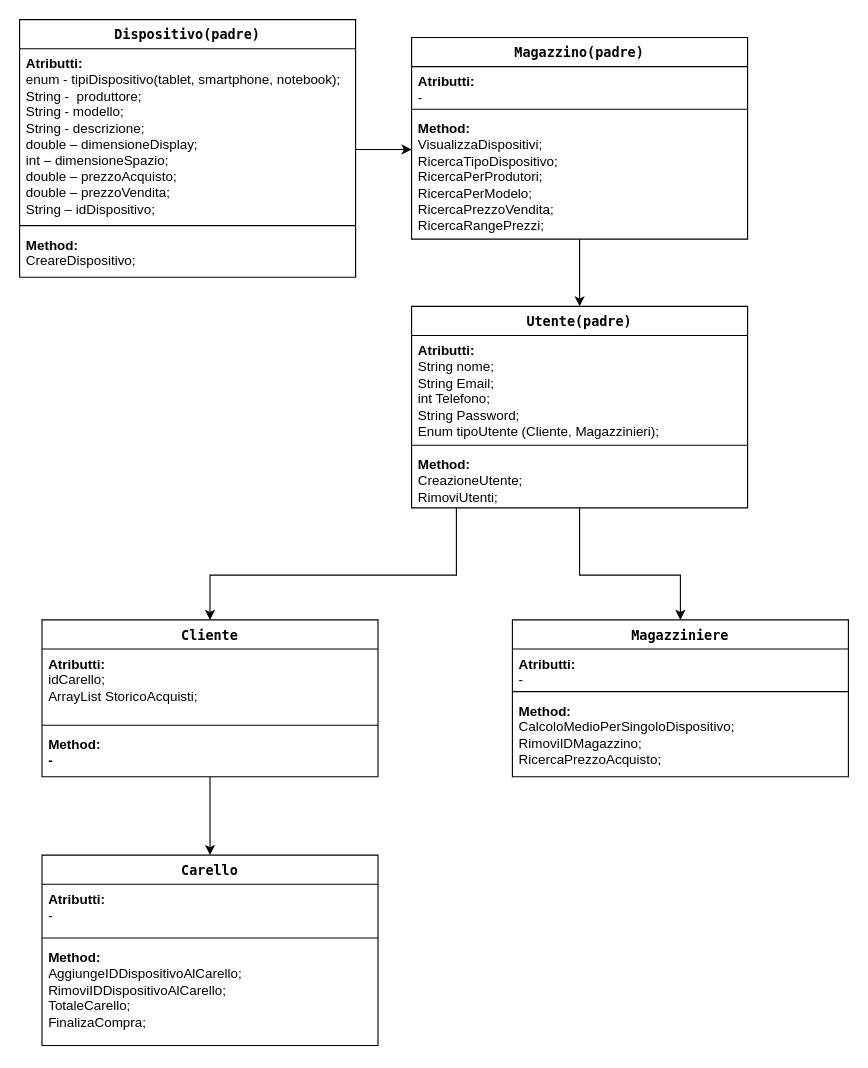
Before: Diagramma senza titolo.drawio in dudinhab/progetto2-team3Develhope, a draw.io diagram. Source tidied: cells renumbered, new cells numbered last; positions are measured from the earlier drawing's top-left corner, leaving out a move shared by most shapes. Both pictures are drawn from the tidied source at 112%, with x=0, y=0 at pixel (19, 19).
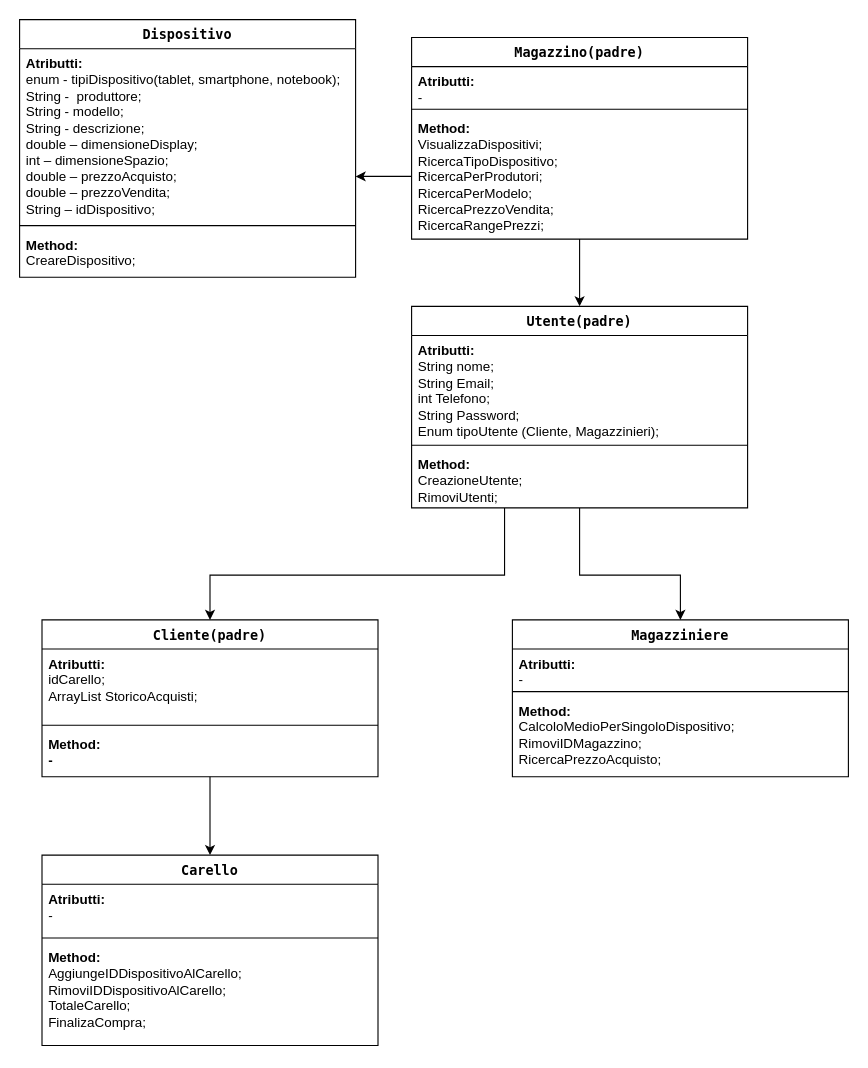
Above is the later version.

The change refers to these unchanged cells:
```xml
<mxCell id="6" value="&lt;b&gt;Method:&amp;nbsp;&lt;/b&gt;&lt;div&gt;VisualizzaDispositivi;&amp;nbsp;&lt;br&gt;RicercaTipoDispositivo;&amp;nbsp;&lt;br&gt;RicercaPerProdutori;&amp;nbsp;&lt;br&gt;RicercaPerModelo;&amp;nbsp;&lt;br&gt;RicercaPrezzoVendita;&lt;br&gt;RicercaRangePrezzi;&amp;nbsp;&lt;br&gt;&lt;/div&gt;" style="text;strokeColor=none;fillColor=none;align=left;verticalAlign=top;spacingLeft=4;spacingRight=4;overflow=hidden;points=[[0,0.5],[1,0.5]];portConstraint=eastwest;whiteSpace=wrap;html=1;" parent="3" vertex="1">
  <mxGeometry y="68" width="300" height="112" as="geometry" />
</mxCell>
<mxCell id="18" value="&lt;font face=&quot;Lucida Console&quot;&gt;Utente(padre)&lt;/font&gt;" style="swimlane;fontStyle=1;align=center;verticalAlign=top;horizontal=1;startSize=26;whiteSpace=wrap;html=1;" parent="1" vertex="1">
  <mxGeometry x="350" y="256" width="300" height="180" as="geometry" />
</mxCell>
```

Change to the diagram source:
```diff
@@
-    <mxCell id="7" style="edgeStyle=orthogonalEdgeStyle;rounded=0;jettySize=auto;html=1;" parent="1" edge="1" source="8" target="6">
-      <mxGeometry relative="1" as="geometry">
-        <Array as="points">
-          <mxPoint x="340" y="116" />
-          <mxPoint x="340" y="116" />
-        </Array>
-      </mxGeometry>
-    </mxCell>
-    <mxCell id="8" value="&lt;font face=&quot;Lucida Console&quot;&gt;Dispositivo(padre)&lt;/font&gt;" style="swimlane;fontStyle=1;align=center;verticalAlign=top;horizontal=1;startSize=26;whiteSpace=wrap;html=1;" parent="1" vertex="1">
+    <mxCell id="8" value="&lt;font face=&quot;Lucida Console&quot;&gt;Dispositivo&lt;/font&gt;" style="swimlane;fontStyle=1;align=center;verticalAlign=top;horizontal=1;startSize=26;whiteSpace=wrap;html=1;" parent="1" vertex="1">
       <mxGeometry width="300" height="230" as="geometry" />
     </mxCell>
@@
     <mxCell id="16" style="edgeStyle=orthogonalEdgeStyle;rounded=0;jettySize=auto;html=1;" parent="1" edge="1" source="18" target="23">
       <mxGeometry relative="1" as="geometry">
         <Array as="points">
-          <mxPoint x="390" y="496" />
+          <mxPoint x="433" y="496" />
           <mxPoint x="170" y="496" />
         </Array>
       </mxGeometry>
     </mxCell>
@@
-    <mxCell id="23" value="&lt;font face=&quot;Lucida Console&quot;&gt;Cliente&lt;/font&gt;" style="swimlane;fontStyle=1;align=center;verticalAlign=top;horizontal=1;startSize=26;whiteSpace=wrap;html=1;" parent="1" vertex="1">
+    <mxCell id="23" value="&lt;font face=&quot;Lucida Console&quot;&gt;Cliente(&lt;/font&gt;&lt;span style=&quot;font-family: &amp;quot;Lucida Console&amp;quot;;&quot;&gt;padre)&lt;/span&gt;" style="swimlane;fontStyle=1;align=center;verticalAlign=top;horizontal=1;startSize=26;whiteSpace=wrap;html=1;" parent="1" vertex="1">
       <mxGeometry x="20" y="536" width="300" height="140" as="geometry" />
     </mxCell>
@@
+    <mxCell id="31" style="edgeStyle=orthogonalEdgeStyle;rounded=0;jettySize=auto;html=1;" parent="1" edge="1" source="6" target="8">
+      <mxGeometry relative="1" as="geometry">
+        <Array as="points">
+          <mxPoint x="313" y="140" />
+          <mxPoint x="313" y="140" />
+        </Array>
+      </mxGeometry>
+    </mxCell>
```
